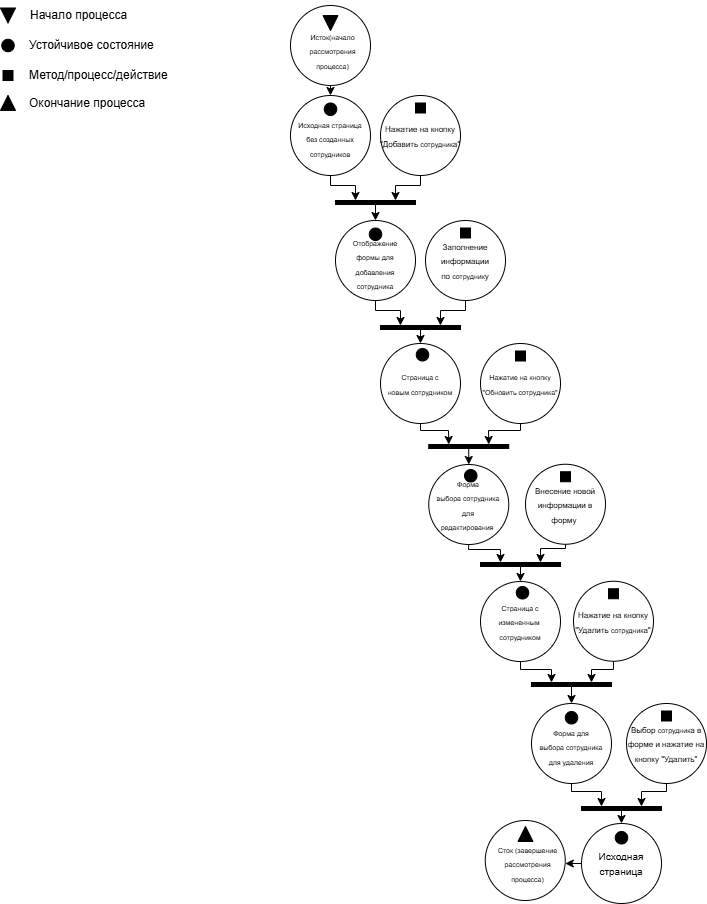
Above: task_5/Lab5_Сети_Петри_1.drawio.png in CensoredBoy/web_programming_labs (draw.io), before the change. Source tidied: cells renumbered, new cells last; positions are measured from the earlier drawing's top-left corner, leaving out a move shared by most shapes.
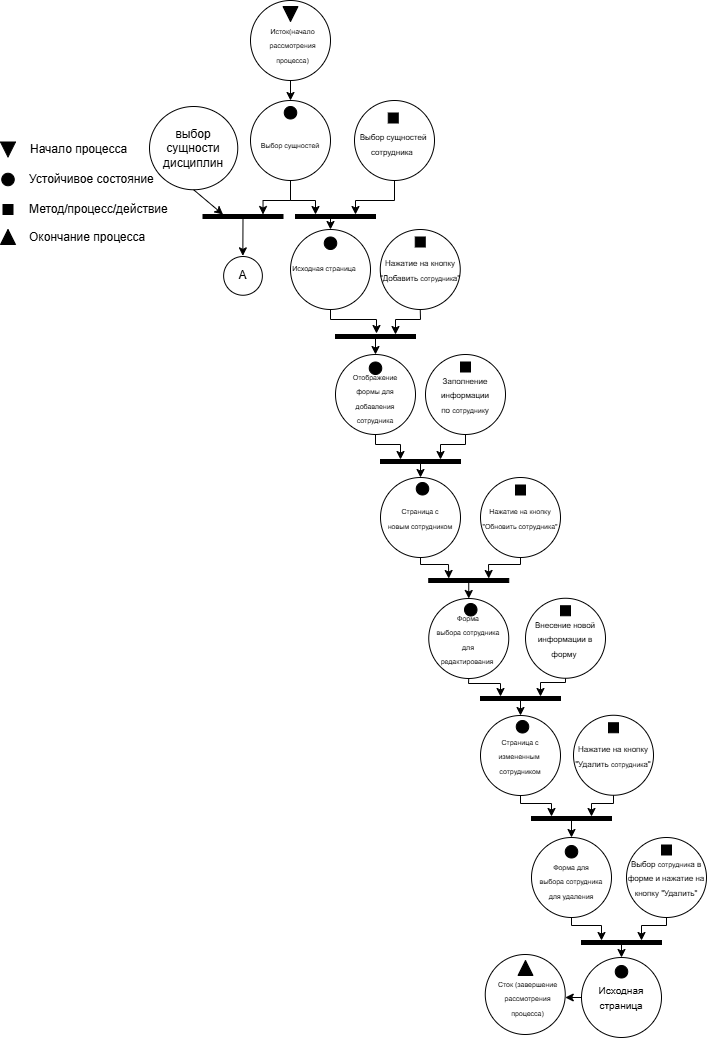
After the change.

What changed in the source:
```diff
@@ -26,14 +26,17 @@
     <mxCell id="9" value="Окончание процесса" style="text;html=1;align=left;verticalAlign=middle;whiteSpace=wrap;rounded=0;" parent="1" vertex="1">
       <mxGeometry x="27" y="87.5" width="148.8" height="30" as="geometry" />
     </mxCell>
+    <mxCell id="81" style="edgeStyle=orthogonalEdgeStyle;rounded=0;jettySize=auto;html=1;exitX=0.5;exitY=1;exitDx=0;exitDy=0;entryX=0.5;entryY=0;entryDx=0;entryDy=0;" parent="1" edge="1" source="10" target="84">
+      <mxGeometry relative="1" as="geometry" />
+    </mxCell>
     <mxCell id="10" style="ellipse;whiteSpace=wrap;html=1;" parent="1" vertex="1">
-      <mxGeometry x="290" y="5" width="80" height="80" as="geometry" />
+      <mxGeometry x="250" y="-134" width="80" height="80" as="geometry" />
     </mxCell>
     <mxCell id="11" style="triangle;whiteSpace=wrap;html=1;rotation=90;fillColor=#000000;" parent="1" vertex="1">
-      <mxGeometry x="322.5" y="15" width="15" height="15" as="geometry" />
+      <mxGeometry x="282.5" y="-128" width="15" height="15" as="geometry" />
     </mxCell>
     <mxCell id="12" value="&lt;font style=&quot;font-size: 7px;&quot;&gt;Исток(начало рассмотрения процесса)&lt;/font&gt;" style="text;html=1;align=center;verticalAlign=middle;whiteSpace=wrap;rounded=0;" parent="1" vertex="1">
-      <mxGeometry x="295" y="35" width="75" height="30" as="geometry" />
+      <mxGeometry x="255" y="-105" width="75" height="30" as="geometry" />
     </mxCell>
     <mxCell id="13" style="ellipse;whiteSpace=wrap;html=1;" parent="1" vertex="1">
       <mxGeometry x="290" y="95" width="80" height="80" as="geometry" />
@@ -41,26 +44,28 @@
     <mxCell id="14" style="ellipse;whiteSpace=wrap;html=1;fillColor=#000000;" parent="1" vertex="1">
       <mxGeometry x="323.8" y="102.5" width="12.5" height="12.5" as="geometry" />
     </mxCell>
-    <mxCell id="15" value="&lt;font style=&quot;font-size: 7px;&quot;&gt;Исходная страница без созданных сотрудников&lt;/font&gt;" style="text;html=1;align=center;verticalAlign=middle;whiteSpace=wrap;rounded=0;" parent="1" vertex="1">
-      <mxGeometry x="295" y="125" width="70" height="25" as="geometry" />
+    <mxCell id="15" value="&lt;font style=&quot;font-size: 7px;&quot;&gt;Исходная страница&amp;nbsp;&lt;/font&gt;" style="text;html=1;align=center;verticalAlign=middle;whiteSpace=wrap;rounded=0;" parent="1" vertex="1">
+      <mxGeometry x="290" y="120" width="70" height="25" as="geometry" />
     </mxCell>
     <mxCell id="16" style="ellipse;whiteSpace=wrap;html=1;" parent="1" vertex="1">
-      <mxGeometry x="380" y="95" width="80" height="80" as="geometry" />
+      <mxGeometry x="379.8" y="95" width="80" height="80" as="geometry" />
     </mxCell>
     <mxCell id="17" style="whiteSpace=wrap;html=1;fillColor=#000000;" parent="1" vertex="1">
-      <mxGeometry x="415" y="102.5" width="10" height="10" as="geometry" />
+      <mxGeometry x="414.8" y="102.5" width="10" height="10" as="geometry" />
     </mxCell>
     <mxCell id="18" value="&lt;font style=&quot;font-size: 8px;&quot;&gt;Нажатие на кнопку &quot;Добавить&amp;nbsp;&lt;span style=&quot;font-size: 7px;&quot;&gt;сотрудник&lt;/span&gt;а&quot;&lt;/font&gt;" style="text;html=1;align=center;verticalAlign=middle;whiteSpace=wrap;rounded=0;" parent="1" vertex="1">
-      <mxGeometry x="380" y="120" width="80" height="30" as="geometry" />
+      <mxGeometry x="379.8" y="120" width="80" height="30" as="geometry" />
     </mxCell>
     <mxCell id="19" style="rounded=0;whiteSpace=wrap;html=1;fillColor=#000000;" parent="1" vertex="1">
       <mxGeometry x="335" y="200" width="80" height="4" as="geometry" />
     </mxCell>
-    <mxCell id="20" style="endArrow=classic;html=1;rounded=0;exitX=0.5;exitY=1;exitDx=0;exitDy=0;entryX=0.25;entryY=0;entryDx=0;entryDy=0;" parent="1" edge="1" source="13" target="19">
+    <mxCell id="20" style="endArrow=classic;html=1;rounded=0;exitX=0.5;exitY=1;exitDx=0;exitDy=0;" parent="1" edge="1" source="13">
       <mxGeometry relative="1" as="geometry">
+        <mxPoint x="376" y="199" as="targetPoint" />
         <Array as="points">
           <mxPoint x="330" y="185" />
-          <mxPoint x="355" y="185" />
+          <mxPoint x="376" y="185" />
+          <mxPoint x="376" y="192" />
         </Array>
       </mxGeometry>
     </mxCell>
@@ -72,9 +77,6 @@
         </Array>
       </mxGeometry>
     </mxCell>
-    <mxCell id="22" style="endArrow=classic;html=1;rounded=0;exitX=0.5;exitY=1;exitDx=0;exitDy=0;entryX=0.5;entryY=0;entryDx=0;entryDy=0;" parent="1" edge="1" source="10" target="13">
-      <mxGeometry relative="1" as="geometry" />
-    </mxCell>
     <mxCell id="23" style="ellipse;whiteSpace=wrap;html=1;" parent="1" vertex="1">
       <mxGeometry x="335" y="220" width="80" height="80" as="geometry" />
     </mxCell>
@@ -299,5 +301,55 @@
     <mxCell id="80" style="endArrow=classic;html=1;rounded=0;exitX=0;exitY=0.5;exitDx=0;exitDy=0;entryX=1;entryY=0.5;entryDx=0;entryDy=0;" parent="1" edge="1" source="73" target="78">
       <mxGeometry relative="1" as="geometry" />
     </mxCell>
+    <mxCell id="82" style="edgeStyle=orthogonalEdgeStyle;rounded=0;jettySize=auto;html=1;exitX=0.5;exitY=1;exitDx=0;exitDy=0;entryX=0.25;entryY=0;entryDx=0;entryDy=0;" parent="1" edge="1" source="84" target="92">
+      <mxGeometry relative="1" as="geometry" />
+    </mxCell>
+    <mxCell id="83" style="edgeStyle=orthogonalEdgeStyle;rounded=0;jettySize=auto;html=1;exitX=0.5;exitY=1;exitDx=0;exitDy=0;entryX=0.75;entryY=0;entryDx=0;entryDy=0;" parent="1" edge="1" source="84" target="95">
+      <mxGeometry relative="1" as="geometry" />
+    </mxCell>
+    <mxCell id="84" style="ellipse;whiteSpace=wrap;html=1;" parent="1" vertex="1">
+      <mxGeometry x="250" y="-34" width="80" height="80" as="geometry" />
+    </mxCell>
+    <mxCell id="85" style="ellipse;whiteSpace=wrap;html=1;fillColor=#000000;" parent="1" vertex="1">
+      <mxGeometry x="283.8" y="-28" width="12.5" height="12.5" as="geometry" />
+    </mxCell>
+    <mxCell id="86" value="&lt;span style=&quot;font-size: 7px;&quot;&gt;Выбор сущностей&lt;/span&gt;" style="text;html=1;align=center;verticalAlign=middle;whiteSpace=wrap;rounded=0;" parent="1" vertex="1">
+      <mxGeometry x="255" y="-2.5" width="70" height="25" as="geometry" />
+    </mxCell>
+    <mxCell id="87" style="edgeStyle=orthogonalEdgeStyle;rounded=0;jettySize=auto;html=1;exitX=0.5;exitY=1;exitDx=0;exitDy=0;entryX=0.75;entryY=0;entryDx=0;entryDy=0;" parent="1" edge="1" source="88" target="92">
+      <mxGeometry relative="1" as="geometry" />
+    </mxCell>
+    <mxCell id="88" style="ellipse;whiteSpace=wrap;html=1;" parent="1" vertex="1">
+      <mxGeometry x="354" y="-34" width="80" height="80" as="geometry" />
+    </mxCell>
+    <mxCell id="89" style="whiteSpace=wrap;html=1;fillColor=#000000;" parent="1" vertex="1">
+      <mxGeometry x="387.8" y="-21.5" width="10" height="10" as="geometry" />
+    </mxCell>
+    <mxCell id="90" value="&lt;span style=&quot;font-size: 8px;&quot;&gt;Выбор сущностей сотрудника&amp;nbsp;&lt;/span&gt;" style="text;html=1;align=center;verticalAlign=middle;whiteSpace=wrap;rounded=0;" parent="1" vertex="1">
+      <mxGeometry x="352.8" y="-6.5" width="80" height="30" as="geometry" />
+    </mxCell>
+    <mxCell id="91" style="edgeStyle=orthogonalEdgeStyle;rounded=0;jettySize=auto;html=1;exitX=0.5;exitY=1;exitDx=0;exitDy=0;entryX=0.5;entryY=0;entryDx=0;entryDy=0;" parent="1" edge="1" source="92" target="13">
+      <mxGeometry relative="1" as="geometry" />
+    </mxCell>
+    <mxCell id="92" style="rounded=0;whiteSpace=wrap;html=1;fillColor=#000000;" parent="1" vertex="1">
+      <mxGeometry x="295" y="80" width="80" height="4" as="geometry" />
+    </mxCell>
+    <mxCell id="93" value="выбор сущности дисциплин" style="ellipse;whiteSpace=wrap;html=1;" parent="1" vertex="1">
+      <mxGeometry x="149" y="-28" width="88.2" height="83.2" as="geometry" />
+    </mxCell>
+    <mxCell id="94" style="edgeStyle=orthogonalEdgeStyle;rounded=0;jettySize=auto;html=1;exitX=0.5;exitY=1;exitDx=0;exitDy=0;" parent="1" edge="1" source="95">
+      <mxGeometry relative="1" as="geometry">
+        <mxPoint x="242.3" y="121.3" as="targetPoint" />
+      </mxGeometry>
+    </mxCell>
+    <mxCell id="95" style="rounded=0;whiteSpace=wrap;html=1;fillColor=#000000;" parent="1" vertex="1">
+      <mxGeometry x="202.5" y="80" width="80" height="4" as="geometry" />
+    </mxCell>
+    <mxCell id="96" style="endArrow=classic;html=1;rounded=0;exitX=0.5;exitY=1;exitDx=0;exitDy=0;entryX=0.25;entryY=0;entryDx=0;entryDy=0;" parent="1" edge="1" source="93" target="95">
+      <mxGeometry relative="1" as="geometry" />
+    </mxCell>
+    <mxCell id="97" value="А" style="ellipse;whiteSpace=wrap;html=1;" parent="1" vertex="1">
+      <mxGeometry x="223.1" y="122" width="38.8" height="38.8" as="geometry" />
+    </mxCell>
   </root>
 </mxGraphModel>
```
